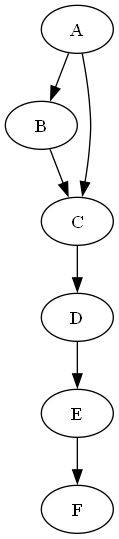
This is target/classes/output.png from wilsil23/CSE464-wdiamon1, a Graphviz export, as it was before one commit. Its source is kept beside it as target/classes/output.dot.
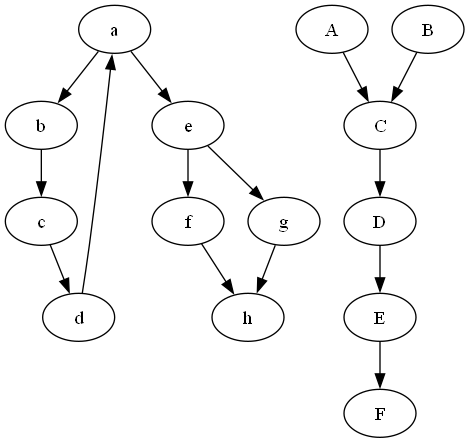
Later version of the same file.

What changed in the source:
```diff
@@ -1,14 +1,30 @@
 digraph G {
+  a;
   A;
+  b;
   B;
+  c;
   C;
+  d;
   D;
+  e;
   E;
+  f;
   F;
-  A -> B;
-  B -> C;
+  g;
+  h;
+  a -> b;
+  b -> c;
+  c -> d;
+  d -> a;
+  a -> e;
+  e -> f;
+  e -> g;
+  f -> h;
+  g -> h;
   C -> D;
   D -> E;
   A -> C;
   E -> F;
+  B -> C;
 }
```
